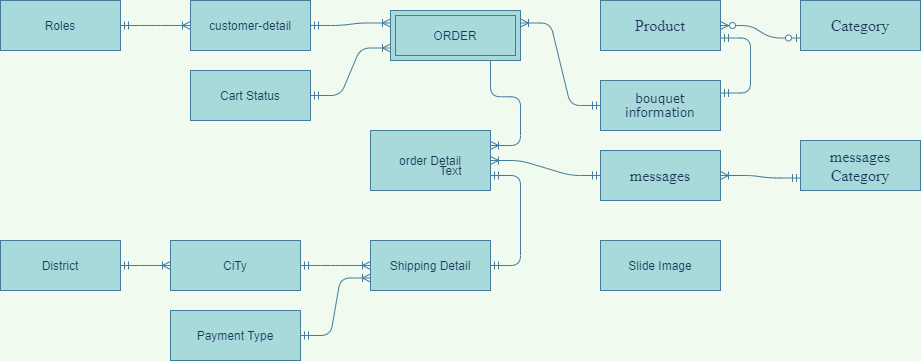
This is Untitled Diagram.png from maialino123/Eproject-SEM3, a draw.io export, as it was before one commit. Source tidied: cells renumbered, new cells last; positions are measured from the earlier drawing's top-left corner, leaving out a move shared by most shapes.
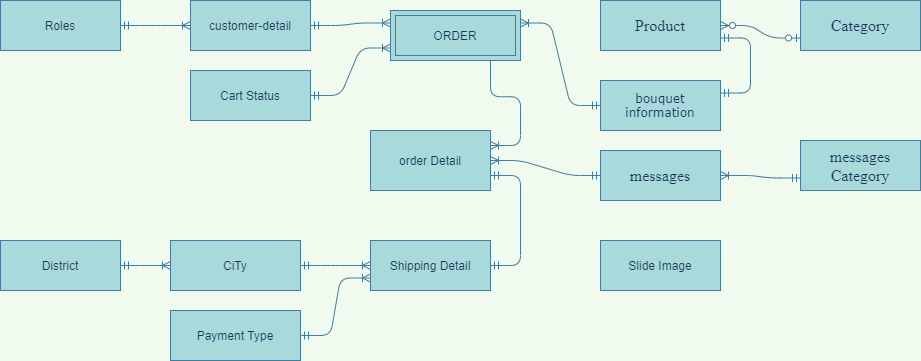
The same diagram one commit later.

Change to the diagram source:
```diff
@@ -86,8 +86,5 @@
     <mxCell id="29" style="edgeStyle=entityRelationEdgeStyle;fontSize=12;html=1;endArrow=ERoneToMany;startArrow=ERmandOne;fontColor=#1D3557;strokeColor=#457B9D;fillColor=#A8DADC;entryX=0;entryY=0.75;entryDx=0;entryDy=0;labelBackgroundColor=#F1FAEE;exitX=1;exitY=0.5;exitDx=0;exitDy=0;" parent="1" edge="1" source="28" target="23">
       <mxGeometry relative="1" as="geometry" />
     </mxCell>
-    <mxCell id="30" value="Text" style="text;html=1;align=center;verticalAlign=middle;fillColor=none;strokeColor=none;rounded=0;sketch=0;fontColor=#1D3557;" parent="1" vertex="1">
-      <mxGeometry x="430" y="160" width="40" height="20" as="geometry" />
-    </mxCell>
   </root>
 </mxGraphModel>
```
